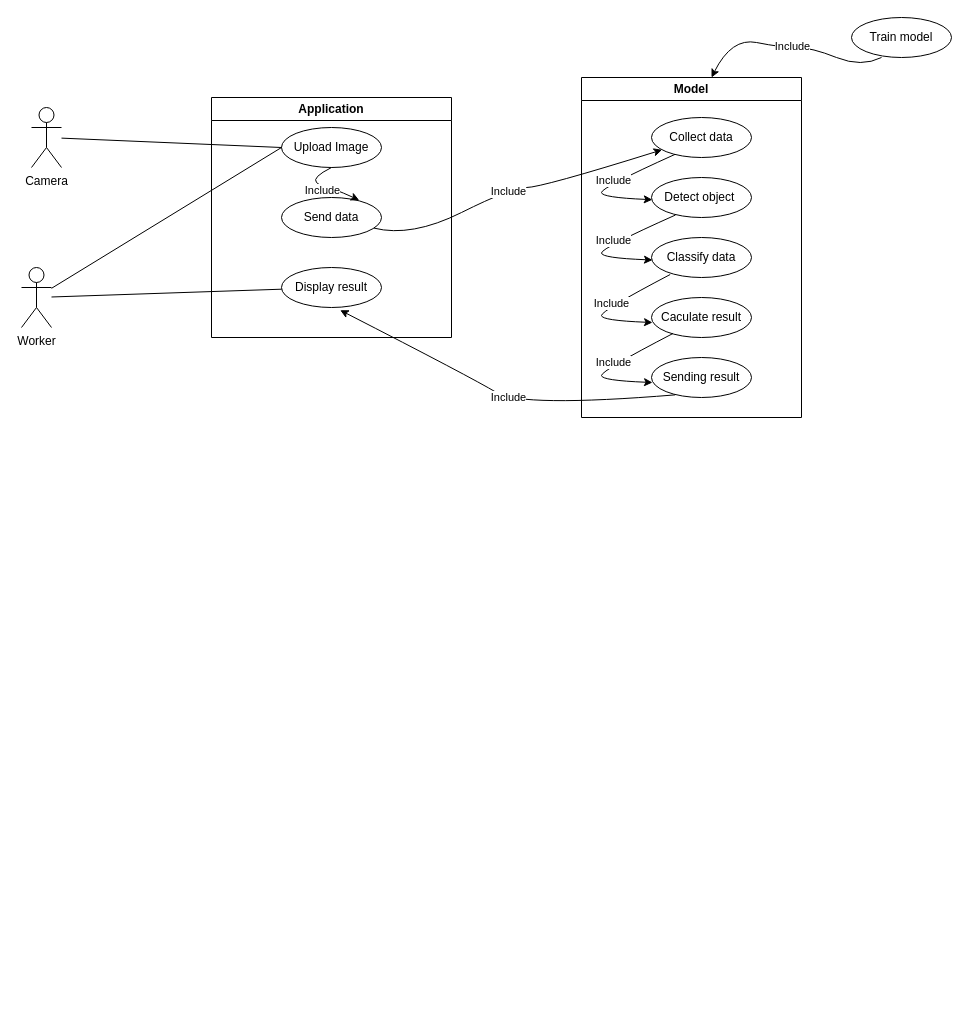
Before: Hackathon.drawio in duy12i1i7/draw.io, a draw.io diagram. Source tidied: cells renumbered, new cells numbered last; positions are measured from the earlier drawing's top-left corner, leaving out a move shared by most shapes. Both pictures are drawn from the tidied source at 100%, with x=0, y=0 at pixel (21, 17).
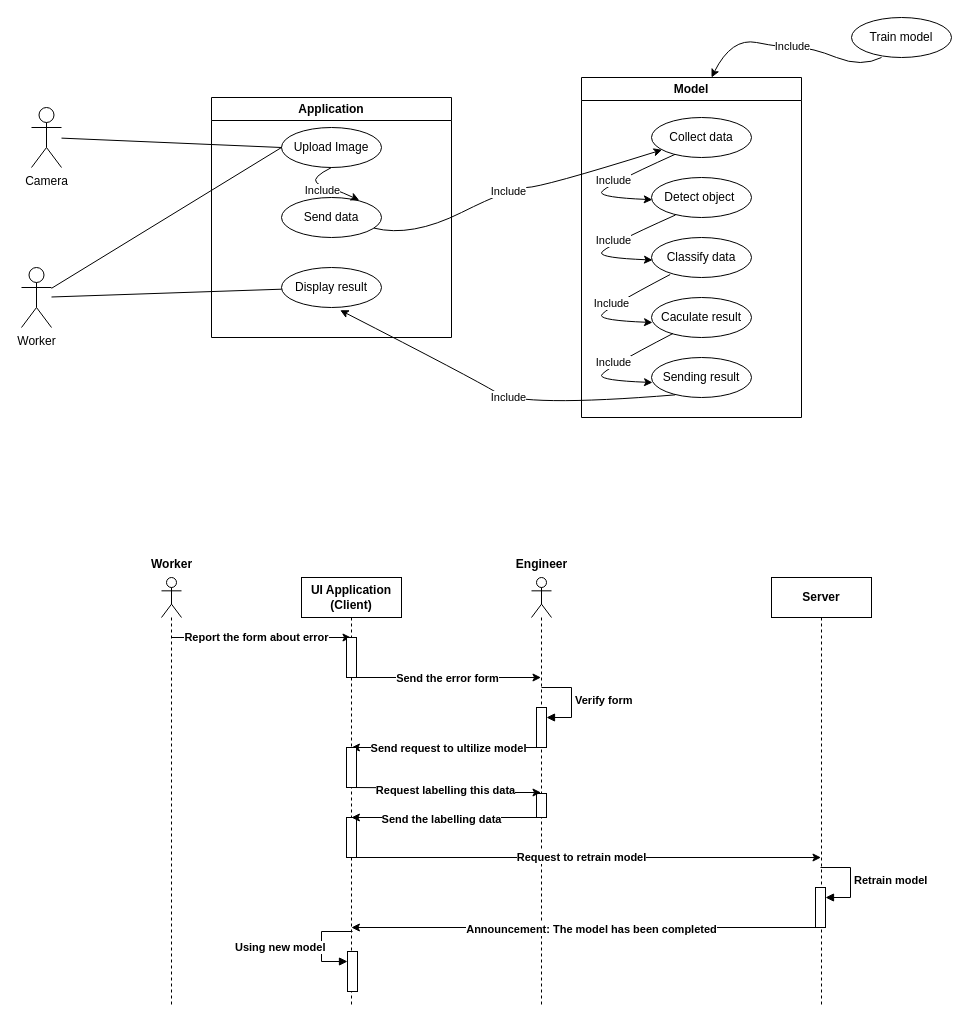
After the change.

Commit message:
Cập nhật Hackathon.drawio

Change to the diagram source:
```diff
@@
+    <mxCell id="34" style="edgeStyle=orthogonalEdgeStyle;rounded=0;orthogonalLoop=1;jettySize=auto;html=1;curved=0;fontStyle=1;" parent="1" edge="1">
+      <mxGeometry relative="1" as="geometry">
+        <mxPoint x="149.9" y="620" as="sourcePoint" />
+        <mxPoint x="329.5" y="620" as="targetPoint" />
+      </mxGeometry>
+    </mxCell>
+    <mxCell id="35" value="&lt;span&gt;Report the form about error&lt;/span&gt;" style="edgeLabel;html=1;align=center;verticalAlign=middle;fontStyle=1;" parent="34" vertex="1">
+      <mxGeometry x="0.07" y="1" relative="1" as="geometry">
+        <mxPoint x="-11" as="offset" />
+      </mxGeometry>
+    </mxCell>
+    <mxCell id="36" style="shape=umlLifeline;perimeter=lifelinePerimeter;whiteSpace=wrap;html=1;newEdgeStyle={&quot;curved&quot;:0,&quot;rounded&quot;:0};participant=umlActor;fontStyle=1;" parent="1" vertex="1">
+      <mxGeometry x="140" y="560" width="20" height="430" as="geometry" />
+    </mxCell>
+    <mxCell id="37" style="edgeStyle=orthogonalEdgeStyle;rounded=0;orthogonalLoop=1;jettySize=auto;html=1;curved=0;fontStyle=1;" parent="1" edge="1">
+      <mxGeometry relative="1" as="geometry">
+        <mxPoint x="519.5" y="730" as="sourcePoint" />
+        <mxPoint x="329.9" y="730" as="targetPoint" />
+      </mxGeometry>
+    </mxCell>
+    <mxCell id="38" value="Send request to ultilize model" style="edgeLabel;html=1;align=center;verticalAlign=middle;fontStyle=1;" parent="37" vertex="1">
+      <mxGeometry x="-0.02" relative="1" as="geometry" />
+    </mxCell>
+    <mxCell id="39" style="shape=umlLifeline;perimeter=lifelinePerimeter;whiteSpace=wrap;html=1;outlineConnect=0;portConstraint=eastwest;newEdgeStyle={&quot;curved&quot;:0,&quot;rounded&quot;:0};participant=umlActor;fontStyle=1;" parent="1" vertex="1">
+      <mxGeometry x="510" y="560" width="20" height="430" as="geometry" />
+    </mxCell>
+    <mxCell id="40" style="html=1;points=[[0,0,0,0,5],[0,1,0,0,-5],[1,0,0,0,5],[1,1,0,0,-5]];perimeter=orthogonalPerimeter;outlineConnect=0;targetShapes=umlLifeline;portConstraint=eastwest;newEdgeStyle={&quot;curved&quot;:0,&quot;rounded&quot;:0};fontStyle=1;" parent="39" vertex="1">
+      <mxGeometry x="5" y="130" width="10" height="40" as="geometry" />
+    </mxCell>
+    <mxCell id="41" value="Verify form" style="html=1;align=left;spacingLeft=2;endArrow=block;rounded=0;edgeStyle=orthogonalEdgeStyle;curved=0;rounded=0;fontStyle=1;" parent="39" edge="1" target="40">
+      <mxGeometry relative="1" as="geometry">
+        <mxPoint x="10" y="110" as="sourcePoint" />
+        <Array as="points">
+          <mxPoint x="40" y="140" />
+        </Array>
+      </mxGeometry>
+    </mxCell>
+    <mxCell id="42" style="html=1;perimeter=orthogonalPerimeter;targetShapes=umlLifeline;newEdgeStyle={&quot;curved&quot;:0,&quot;rounded&quot;:0};fontStyle=1;" parent="39" vertex="1">
+      <mxGeometry x="5" y="216" width="10" height="24" as="geometry" />
+    </mxCell>
+    <mxCell id="43" style="edgeStyle=orthogonalEdgeStyle;rounded=0;orthogonalLoop=1;jettySize=auto;html=1;curved=0;fontStyle=1;" parent="1" edge="1">
+      <mxGeometry relative="1" as="geometry">
+        <mxPoint x="329.9" y="660" as="sourcePoint" />
+        <mxPoint x="519.5" y="660" as="targetPoint" />
+      </mxGeometry>
+    </mxCell>
+    <mxCell id="44" value="&lt;span&gt;Send the error form&lt;/span&gt;" style="edgeLabel;html=1;align=center;verticalAlign=middle;fontStyle=1;" parent="43" vertex="1">
+      <mxGeometry x="0.01" relative="1" as="geometry" />
+    </mxCell>
+    <mxCell id="45" style="edgeStyle=orthogonalEdgeStyle;rounded=0;jettySize=auto;html=1;curved=0;fontStyle=1;" parent="1" edge="1" target="39">
+      <mxGeometry relative="1" as="geometry">
+        <mxPoint x="328.9" y="770" as="sourcePoint" />
+      </mxGeometry>
+    </mxCell>
+    <mxCell id="46" value="Request labelling this data" style="edgeLabel;html=1;align=center;verticalAlign=middle;fontStyle=1;" parent="45" vertex="1">
+      <mxGeometry x="-0.43" relative="1" as="geometry">
+        <mxPoint x="39" y="2" as="offset" />
+      </mxGeometry>
+    </mxCell>
+    <mxCell id="47" style="edgeStyle=orthogonalEdgeStyle;rounded=0;orthogonalLoop=1;jettySize=auto;html=1;curved=0;fontStyle=1;" parent="1" edge="1">
+      <mxGeometry relative="1" as="geometry">
+        <mxPoint x="329.9" y="840" as="sourcePoint" />
+        <mxPoint x="799.5" y="840" as="targetPoint" />
+      </mxGeometry>
+    </mxCell>
+    <mxCell id="48" value="Request to retrain model" style="edgeLabel;html=1;align=center;verticalAlign=middle;fontStyle=1;" parent="47" vertex="1">
+      <mxGeometry x="-0.02" y="1" relative="1" as="geometry" />
+    </mxCell>
+    <mxCell id="49" value="&lt;span&gt;UI Application&lt;br&gt;(Client)&lt;/span&gt;" style="shape=umlLifeline;perimeter=lifelinePerimeter;whiteSpace=wrap;html=1;newEdgeStyle={&quot;curved&quot;:0,&quot;rounded&quot;:0};fontStyle=1;" parent="1" vertex="1">
+      <mxGeometry x="280" y="560" width="100" height="430" as="geometry" />
+    </mxCell>
+    <mxCell id="50" style="html=1;perimeter=orthogonalPerimeter;targetShapes=umlLifeline;newEdgeStyle={&quot;curved&quot;:0,&quot;rounded&quot;:0};fontStyle=1;" parent="49" vertex="1">
+      <mxGeometry x="45" y="60" width="10" height="40" as="geometry" />
+    </mxCell>
+    <mxCell id="51" style="html=1;perimeter=orthogonalPerimeter;targetShapes=umlLifeline;newEdgeStyle={&quot;curved&quot;:0,&quot;rounded&quot;:0};fontStyle=1;" parent="49" vertex="1">
+      <mxGeometry x="45" y="170" width="10" height="40" as="geometry" />
+    </mxCell>
+    <mxCell id="52" style="html=1;perimeter=orthogonalPerimeter;targetShapes=umlLifeline;newEdgeStyle={&quot;curved&quot;:0,&quot;rounded&quot;:0};fontStyle=1;" parent="49" vertex="1">
+      <mxGeometry x="45" y="240" width="10" height="40" as="geometry" />
+    </mxCell>
+    <mxCell id="53" value="Worker" style="text;align=center;fontStyle=1;verticalAlign=middle;spacingLeft=3;spacingRight=3;strokeColor=none;html=1;" parent="1" vertex="1">
+      <mxGeometry x="110" y="534" width="80" height="26" as="geometry" />
+    </mxCell>
+    <mxCell id="54" value="Engineer" style="text;align=center;fontStyle=1;verticalAlign=middle;spacingLeft=3;spacingRight=3;strokeColor=none;html=1;" parent="1" vertex="1">
+      <mxGeometry x="480" y="534" width="80" height="26" as="geometry" />
+    </mxCell>
+    <mxCell id="55" style="edgeStyle=orthogonalEdgeStyle;rounded=0;orthogonalLoop=1;jettySize=auto;html=1;curved=0;fontStyle=1;" parent="1" edge="1">
+      <mxGeometry relative="1" as="geometry">
+        <mxPoint x="520" y="800" as="sourcePoint" />
+        <mxPoint x="329.9" y="800" as="targetPoint" />
+      </mxGeometry>
+    </mxCell>
+    <mxCell id="56" value="Send the labelling data" style="edgeLabel;html=1;align=center;verticalAlign=middle;fontStyle=1;" parent="55" vertex="1">
+      <mxGeometry x="-0.37" y="1" relative="1" as="geometry">
+        <mxPoint x="-41" as="offset" />
+      </mxGeometry>
+    </mxCell>
+    <mxCell id="57" style="edgeStyle=orthogonalEdgeStyle;rounded=0;orthogonalLoop=1;jettySize=auto;html=1;curved=0;fontStyle=1;" parent="1" edge="1">
+      <mxGeometry relative="1" as="geometry">
+        <mxPoint x="799.5" y="910" as="sourcePoint" />
+        <mxPoint x="329.9" y="910" as="targetPoint" />
+      </mxGeometry>
+    </mxCell>
+    <mxCell id="58" value="Announcement: The model has been completed" style="edgeLabel;html=1;align=center;verticalAlign=middle;fontStyle=1;" parent="57" vertex="1">
+      <mxGeometry x="-0.02" y="1" relative="1" as="geometry" />
+    </mxCell>
+    <mxCell id="59" value="&lt;span&gt;Server&lt;/span&gt;" style="shape=umlLifeline;perimeter=lifelinePerimeter;whiteSpace=wrap;html=1;newEdgeStyle={&quot;curved&quot;:0,&quot;rounded&quot;:0};fontStyle=1;" parent="1" vertex="1">
+      <mxGeometry x="750" y="560" width="100" height="430" as="geometry" />
+    </mxCell>
+    <mxCell id="60" style="html=1;points=[[0,0,0,0,5],[0,1,0,0,-5],[1,0,0,0,5],[1,1,0,0,-5]];perimeter=orthogonalPerimeter;outlineConnect=0;targetShapes=umlLifeline;portConstraint=eastwest;newEdgeStyle={&quot;curved&quot;:0,&quot;rounded&quot;:0};fontStyle=1;" parent="59" vertex="1">
+      <mxGeometry x="44" y="310" width="10" height="40" as="geometry" />
+    </mxCell>
+    <mxCell id="61" value="Retrain model" style="html=1;align=left;spacingLeft=2;endArrow=block;rounded=0;edgeStyle=orthogonalEdgeStyle;curved=0;rounded=0;fontStyle=1;" parent="59" edge="1" target="60">
+      <mxGeometry relative="1" as="geometry">
+        <mxPoint x="49" y="290" as="sourcePoint" />
+        <Array as="points">
+          <mxPoint x="79" y="320" />
+        </Array>
+      </mxGeometry>
+    </mxCell>
+    <mxCell id="62" style="html=1;points=[[0,0,0,0,5],[0,1,0,0,-5],[1,0,0,0,5],[1,1,0,0,-5]];perimeter=orthogonalPerimeter;outlineConnect=0;targetShapes=umlLifeline;portConstraint=eastwest;newEdgeStyle={&quot;curved&quot;:0,&quot;rounded&quot;:0};fontStyle=1;" parent="1" vertex="1">
+      <mxGeometry x="326" y="934" width="10" height="40" as="geometry" />
+    </mxCell>
+    <mxCell id="63" value="Using new model" style="html=1;align=left;spacingLeft=2;endArrow=block;rounded=0;edgeStyle=orthogonalEdgeStyle;curved=0;rounded=0;fontStyle=1;" parent="1" edge="1" target="62">
+      <mxGeometry x="0.08" y="-90" relative="1" as="geometry">
+        <mxPoint x="331" y="914" as="sourcePoint" />
+        <Array as="points">
+          <mxPoint x="300" y="914" />
+          <mxPoint x="300" y="944" />
+        </Array>
+      </mxGeometry>
+    </mxCell>
```
